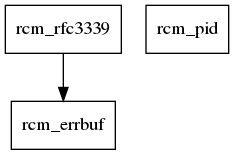
librcm/librcm keeps this Graphviz diagram as docs/module_deps.png. Above is the earlier version. Its source is kept beside it as docs/module_deps.dot. Source of this version:
```dot
strict digraph {
  rcm_errbuf [shape=box]
  rcm_pid [shape=box]
  rcm_rfc3339 [shape=box]
  rcm_rfc3339 -> rcm_errbuf
}
```
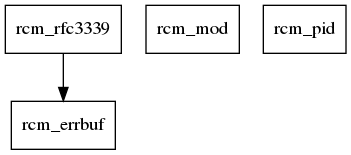
Later version of the same file.

Commit message:
add example module rcm_mod

Diff of the diagram source:
```diff
@@ -1,5 +1,6 @@
 strict digraph {
   rcm_errbuf [shape=box]
+  rcm_mod [shape=box]
   rcm_pid [shape=box]
   rcm_rfc3339 [shape=box]
   rcm_rfc3339 -> rcm_errbuf
```
